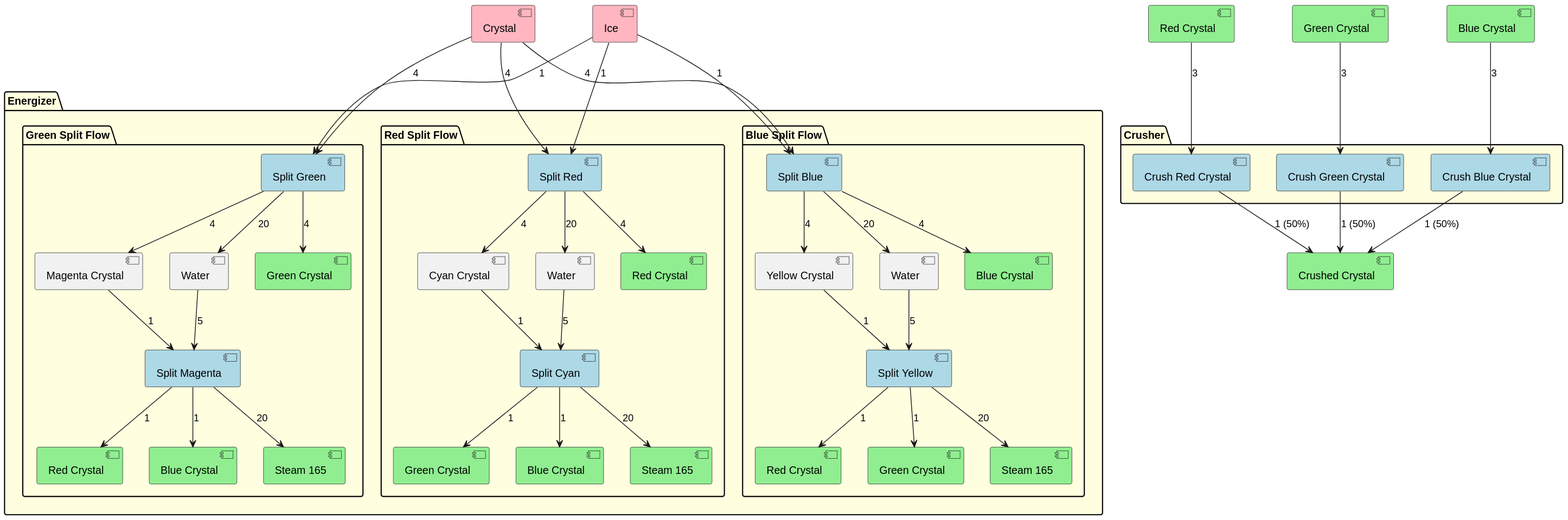
Before: Documentation/ColoredFlow.svg, a diagram exported from PlantUML (Thomas-De-Praetere/CrystalMod).
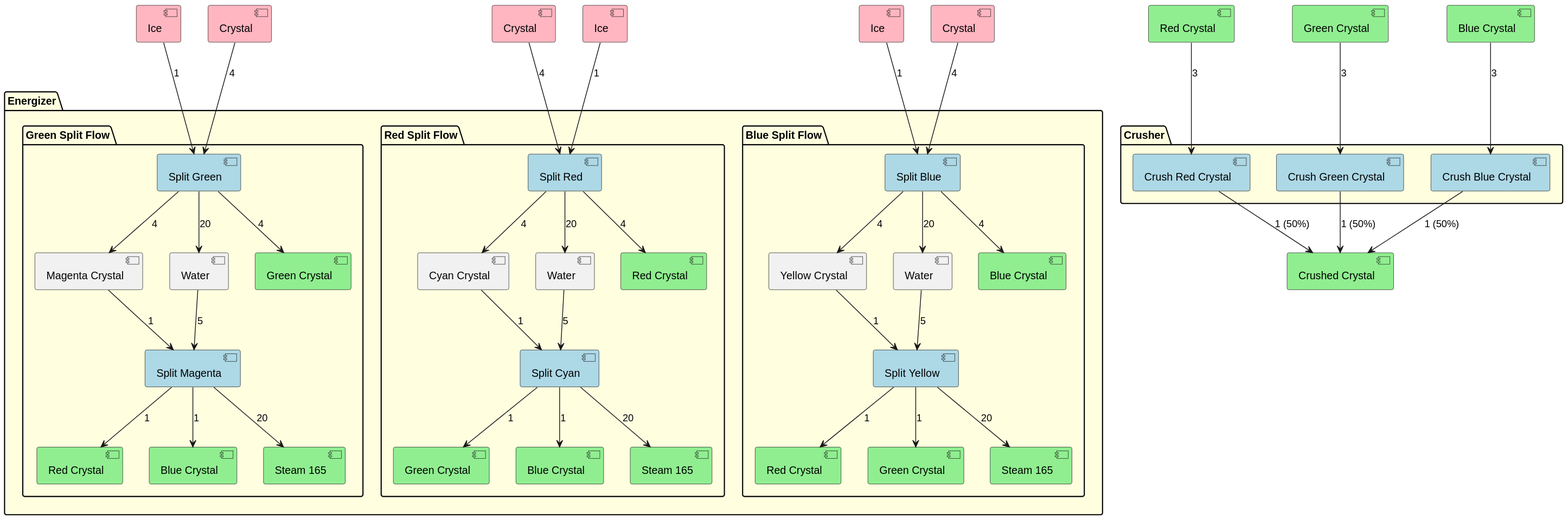
Later version of the same file.

The edit, as a diff of the source:
```diff
@@ -3,8 +3,12 @@
 hide fields
 hide circle
 
-[Crystal] as C #lightpink
-[Ice] as I #lightpink
+[Crystal] as C1 #lightpink
+[Crystal] as C2 #lightpink
+[Crystal] as C3 #lightpink
+[Ice] as I1 #lightpink
+[Ice] as I2 #lightpink
+[Ice] as I3 #lightpink
 
 
 [Red Crystal] as RC #lightgreen
@@ -53,8 +57,8 @@
 [Crush Blue Crystal] as CrB #lightblue
 }
 
-C --> SG : 4
-I --> SG : 1
+C1 --> SG : 4
+I1 --> SG : 1
 SG --> GC1 : 4
 SG --> MC : 4
 SG --> W1 : 20
@@ -64,8 +68,8 @@
 SM --> RC1 : 1
 SM --> ST1 : 20
 
-C --> SR : 4
-I --> SR : 1
+C2 --> SR : 4
+I2 --> SR : 1
 SR --> RC2 : 4
 SR --> CC : 4
 SR --> W2 : 20
@@ -75,8 +79,8 @@
 SC --> GC2 : 1
 SC --> ST2 : 20
 
-C --> SB : 4
-I --> SB : 1
+C3 --> SB : 4
+I3 --> SB : 1
 SB --> BC3 : 4
 SB --> YC : 4
 SB --> W3 : 20
```
